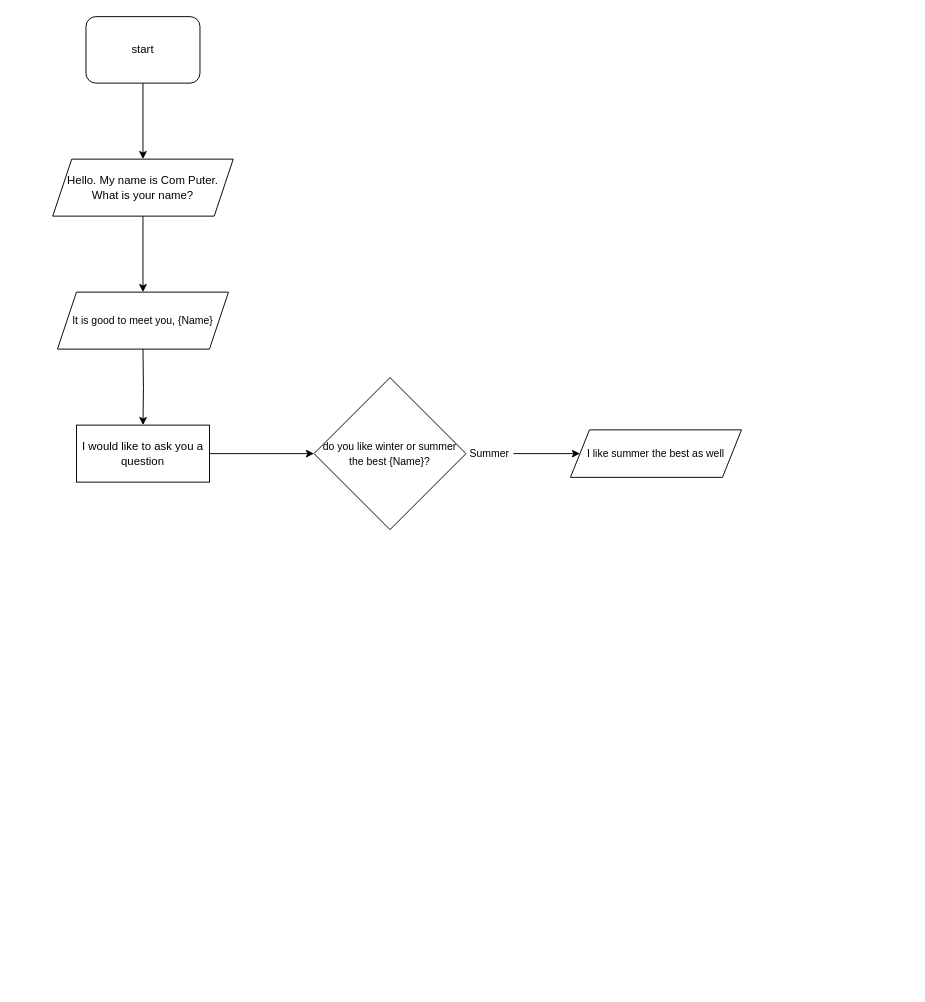
Earlier version of the draw.io diagram flow charts/summer-winter.drawio (barkhadleD/school-assignments). Source tidied: cells renumbered, new cells numbered last; positions are measured from the earlier drawing's top-left corner, leaving out a move shared by most shapes. Both pictures are drawn from the tidied source at 95%, with x=0, y=0 at pixel (52, 16).
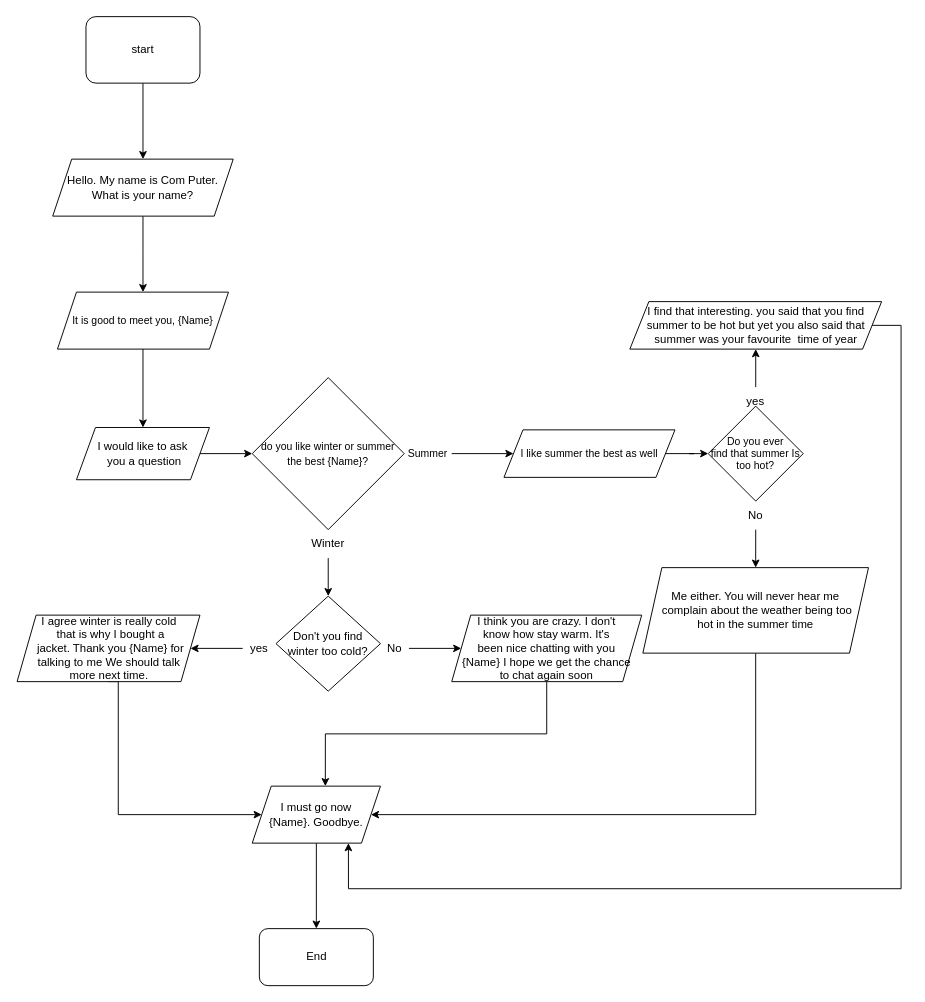
The same diagram, later.

Commit message (it also covers changes not shown here):
worked on the flow charts and made them into a pdf document

The change refers to these unchanged cells:
```xml
<mxCell id="10" value="It is good to meet you, {Name}" style="shape=parallelogram;perimeter=parallelogramPerimeter;whiteSpace=wrap;html=1;fixedSize=1;fontSize=11;" parent="1" vertex="1">
  <mxGeometry x="5" y="290" width="180" height="60" as="geometry" />
</mxCell>
```

Diff of the diagram source:
```diff
@@
-    <mxCell id="6" style="edgeStyle=orthogonalEdgeStyle;rounded=0;jettySize=auto;html=1;" parent="1" edge="1" target="8">
-      <mxGeometry relative="1" as="geometry">
-        <mxPoint x="95" y="350" as="sourcePoint" />
-      </mxGeometry>
-    </mxCell>
-    <mxCell id="7" style="edgeStyle=orthogonalEdgeStyle;rounded=0;jettySize=auto;html=1;entryX=0;entryY=0.5;entryDx=0;entryDy=0;fontSize=11;" parent="1" edge="1" source="8" target="9">
-      <mxGeometry relative="1" as="geometry" />
-    </mxCell>
-    <mxCell id="8" value="I would like to ask you a question" style="whiteSpace=wrap;html=1;rounded=0;" parent="1" vertex="1">
-      <mxGeometry x="25" y="430" width="140" height="60" as="geometry" />
-    </mxCell>
     <mxCell id="9" value="&lt;font style=&quot;font-size: 11px&quot;&gt;do you like winter or summer the best {Name}?&lt;/font&gt;" style="rhombus;whiteSpace=wrap;html=1;" parent="1" vertex="1">
-      <mxGeometry x="275" y="380" width="160" height="160" as="geometry" />
+      <mxGeometry x="210" y="380" width="160" height="160" as="geometry" />
     </mxCell>
+    <mxCell id="14" style="edgeStyle=orthogonalEdgeStyle;rounded=0;jettySize=auto;html=1;exitX=0.5;exitY=1;exitDx=0;exitDy=0;fontSize=12;" parent="1" edge="1" source="10" target="8">
+      <mxGeometry relative="1" as="geometry" />
+    </mxCell>
@@
+    <mxCell id="15" style="edgeStyle=orthogonalEdgeStyle;rounded=0;jettySize=auto;html=1;" parent="1" edge="1" source="11" target="16">
+      <mxGeometry relative="1" as="geometry" />
+    </mxCell>
     <mxCell id="11" value="I like summer the best as well" style="shape=parallelogram;perimeter=parallelogramPerimeter;whiteSpace=wrap;html=1;fixedSize=1;fontSize=11;" parent="1" vertex="1">
-      <mxGeometry x="545" y="435" width="180" height="50" as="geometry" />
+      <mxGeometry x="475" y="435" width="180" height="50" as="geometry" />
     </mxCell>
@@
     <mxCell id="13" value="Summer" style="text;html=1;strokeColor=none;fillColor=none;align=center;verticalAlign=middle;whiteSpace=wrap;rounded=0;fontSize=11;" parent="1" vertex="1">
-      <mxGeometry x="435" y="445" width="50" height="30" as="geometry" />
+      <mxGeometry x="370" y="445" width="50" height="30" as="geometry" />
     </mxCell>
+    <mxCell id="16" value="Do you ever &lt;br&gt;find that summer Is too hot?" style="rhombus;whiteSpace=wrap;html=1;fontSize=11;" parent="1" vertex="1">
+      <mxGeometry x="690" y="410" width="100" height="100" as="geometry" />
+    </mxCell>
+    <mxCell id="17" style="edgeStyle=orthogonalEdgeStyle;rounded=0;jettySize=auto;html=1;entryX=0.5;entryY=1;entryDx=0;entryDy=0;fontSize=12;" parent="1" edge="1" source="18" target="20">
+      <mxGeometry relative="1" as="geometry" />
+    </mxCell>
+    <mxCell id="18" value="&lt;font style=&quot;font-size: 12px&quot;&gt;yes&lt;/font&gt;" style="text;html=1;strokeColor=none;fillColor=none;align=center;verticalAlign=middle;whiteSpace=wrap;rounded=0;fontSize=10;" parent="1" vertex="1">
+      <mxGeometry x="725" y="390" width="30" height="30" as="geometry" />
+    </mxCell>
+    <mxCell id="19" style="edgeStyle=orthogonalEdgeStyle;rounded=0;jettySize=auto;html=1;exitX=1;exitY=0.5;exitDx=0;exitDy=0;fontSize=12;entryX=0.75;entryY=1;entryDx=0;entryDy=0;" parent="1" edge="1" source="20" target="37">
+      <mxGeometry relative="1" as="geometry">
+        <Array as="points">
+          <mxPoint x="893" y="325" />
+          <mxPoint x="893" y="918" />
+          <mxPoint x="311" y="918" />
+        </Array>
+      </mxGeometry>
+    </mxCell>
+    <mxCell id="20" value="&lt;div&gt;I find that interesting. you said that you find summer&amp;nbsp;&lt;span&gt;to be hot but yet you also said that summer was your favourite&amp;nbsp;&amp;nbsp;&lt;/span&gt;&lt;span&gt;time of year&lt;/span&gt;&lt;/div&gt;" style="shape=parallelogram;perimeter=parallelogramPerimeter;whiteSpace=wrap;html=1;fixedSize=1;fontSize=12;" parent="1" vertex="1">
+      <mxGeometry x="607.5" y="300" width="265" height="50" as="geometry" />
+    </mxCell>
+    <mxCell id="21" style="edgeStyle=orthogonalEdgeStyle;rounded=0;jettySize=auto;html=1;fontSize=12;" parent="1" edge="1" source="22" target="23">
+      <mxGeometry relative="1" as="geometry" />
+    </mxCell>
+    <mxCell id="22" value="Winter" style="text;html=1;strokeColor=none;fillColor=none;align=center;verticalAlign=middle;whiteSpace=wrap;rounded=0;fontSize=12;" parent="1" vertex="1">
+      <mxGeometry x="260" y="540" width="60" height="30" as="geometry" />
+    </mxCell>
+    <mxCell id="23" value="Don't you find winter too cold?" style="rhombus;whiteSpace=wrap;html=1;fontSize=12;" parent="1" vertex="1">
+      <mxGeometry x="235" y="610" width="110" height="100" as="geometry" />
+    </mxCell>
+    <mxCell id="24" style="edgeStyle=orthogonalEdgeStyle;rounded=0;jettySize=auto;html=1;exitX=0.5;exitY=1;exitDx=0;exitDy=0;entryX=0.5;entryY=0;entryDx=0;entryDy=0;fontSize=12;" parent="1" edge="1" source="25" target="27">
+      <mxGeometry relative="1" as="geometry" />
+    </mxCell>
+    <mxCell id="25" value="No" style="text;html=1;strokeColor=none;fillColor=none;align=center;verticalAlign=middle;whiteSpace=wrap;rounded=0;fontSize=12;" parent="1" vertex="1">
+      <mxGeometry x="710" y="510" width="60" height="30" as="geometry" />
+    </mxCell>
+    <mxCell id="26" style="edgeStyle=orthogonalEdgeStyle;rounded=0;jettySize=auto;html=1;exitX=0.5;exitY=1;exitDx=0;exitDy=0;entryX=1;entryY=0.5;entryDx=0;entryDy=0;fontSize=12;" parent="1" edge="1" source="27" target="37">
+      <mxGeometry relative="1" as="geometry">
+        <Array as="points">
+          <mxPoint x="740" y="840" />
+        </Array>
+      </mxGeometry>
+    </mxCell>
+    <mxCell id="27" value="Me either. You will never hear me&lt;br&gt;&amp;nbsp;complain&amp;nbsp;about the weather being too &lt;br&gt;hot in the summer time" style="shape=parallelogram;perimeter=parallelogramPerimeter;whiteSpace=wrap;html=1;fixedSize=1;fontSize=12;" parent="1" vertex="1">
+      <mxGeometry x="621.2" y="580" width="237.5" height="90" as="geometry" />
+    </mxCell>
+    <mxCell id="28" style="edgeStyle=orthogonalEdgeStyle;rounded=0;jettySize=auto;html=1;exitX=0;exitY=0.5;exitDx=0;exitDy=0;entryX=1;entryY=0.5;entryDx=0;entryDy=0;fontSize=12;" parent="1" edge="1" source="29" target="31">
+      <mxGeometry relative="1" as="geometry" />
+    </mxCell>
+    <mxCell id="29" value="yes" style="text;html=1;strokeColor=none;fillColor=none;align=center;verticalAlign=middle;whiteSpace=wrap;rounded=0;fontSize=12;" parent="1" vertex="1">
+      <mxGeometry x="200" y="650" width="35" height="30" as="geometry" />
+    </mxCell>
+    <mxCell id="30" style="edgeStyle=orthogonalEdgeStyle;rounded=0;jettySize=auto;html=1;exitX=0.5;exitY=1;exitDx=0;exitDy=0;entryX=0;entryY=0.5;entryDx=0;entryDy=0;fontSize=12;" parent="1" edge="1" source="31" target="37">
+      <mxGeometry relative="1" as="geometry">
+        <Array as="points">
+          <mxPoint x="69" y="840" />
+        </Array>
+      </mxGeometry>
+    </mxCell>
+    <mxCell id="31" value="I agree winter is really cold&lt;br&gt;&amp;nbsp;that is why I bought a&lt;br&gt;&amp;nbsp;jacket. Thank you {Name} for talking to me&amp;nbsp;We should talk &lt;br&gt;more next time." style="shape=parallelogram;perimeter=parallelogramPerimeter;whiteSpace=wrap;html=1;fixedSize=1;fontSize=12;" parent="1" vertex="1">
+      <mxGeometry x="-37.5" y="630" width="192.5" height="70" as="geometry" />
+    </mxCell>
+    <mxCell id="32" style="edgeStyle=orthogonalEdgeStyle;rounded=0;jettySize=auto;html=1;exitX=1;exitY=0.5;exitDx=0;exitDy=0;entryX=0;entryY=0.5;entryDx=0;entryDy=0;fontSize=12;" parent="1" edge="1" source="33" target="35">
+      <mxGeometry relative="1" as="geometry" />
+    </mxCell>
+    <mxCell id="33" value="No" style="text;html=1;strokeColor=none;fillColor=none;align=center;verticalAlign=middle;whiteSpace=wrap;rounded=0;fontSize=12;" parent="1" vertex="1">
+      <mxGeometry x="345" y="655" width="30" height="20" as="geometry" />
+    </mxCell>
+    <mxCell id="34" style="edgeStyle=orthogonalEdgeStyle;rounded=0;jettySize=auto;html=1;exitX=0.5;exitY=1;exitDx=0;exitDy=0;entryX=0.57;entryY=0;entryDx=0;entryDy=0;entryPerimeter=0;fontSize=12;" parent="1" edge="1" source="35" target="37">
+      <mxGeometry relative="1" as="geometry" />
+    </mxCell>
+    <mxCell id="35" value="I think you are crazy. I don't &lt;br&gt;know how stay warm. It's &lt;br&gt;been nice chatting with you &lt;br&gt;{Name}&amp;nbsp;I hope we get the chance &lt;br&gt;to chat again soon" style="shape=parallelogram;perimeter=parallelogramPerimeter;whiteSpace=wrap;html=1;fixedSize=1;fontSize=12;" parent="1" vertex="1">
+      <mxGeometry x="420" y="630" width="200" height="70" as="geometry" />
+    </mxCell>
+    <mxCell id="36" style="edgeStyle=orthogonalEdgeStyle;rounded=0;jettySize=auto;html=1;entryX=0.5;entryY=0;entryDx=0;entryDy=0;fontSize=12;" parent="1" edge="1" source="37" target="38">
+      <mxGeometry relative="1" as="geometry" />
+    </mxCell>
+    <mxCell id="37" value="I must go now &lt;br&gt;{Name}. Goodbye." style="shape=parallelogram;perimeter=parallelogramPerimeter;whiteSpace=wrap;html=1;fixedSize=1;fontSize=12;" parent="1" vertex="1">
+      <mxGeometry x="210" y="810" width="135" height="60" as="geometry" />
+    </mxCell>
+    <mxCell id="38" value="End" style="rounded=1;whiteSpace=wrap;html=1;fontSize=12;" parent="1" vertex="1">
+      <mxGeometry x="217.5" y="960" width="120" height="60" as="geometry" />
+    </mxCell>
+    <mxCell id="7" style="edgeStyle=orthogonalEdgeStyle;rounded=0;jettySize=auto;html=1;entryX=0;entryY=0.5;entryDx=0;entryDy=0;fontSize=12;" parent="1" edge="1" source="8" target="9">
+      <mxGeometry relative="1" as="geometry" />
+    </mxCell>
+    <mxCell id="8" value="I would like to ask&lt;br&gt;&amp;nbsp;you a question" style="shape=parallelogram;perimeter=parallelogramPerimeter;whiteSpace=wrap;html=1;fixedSize=1;fontSize=12;" parent="1" vertex="1">
+      <mxGeometry x="25" y="432.5" width="140" height="55" as="geometry" />
+    </mxCell>
```
